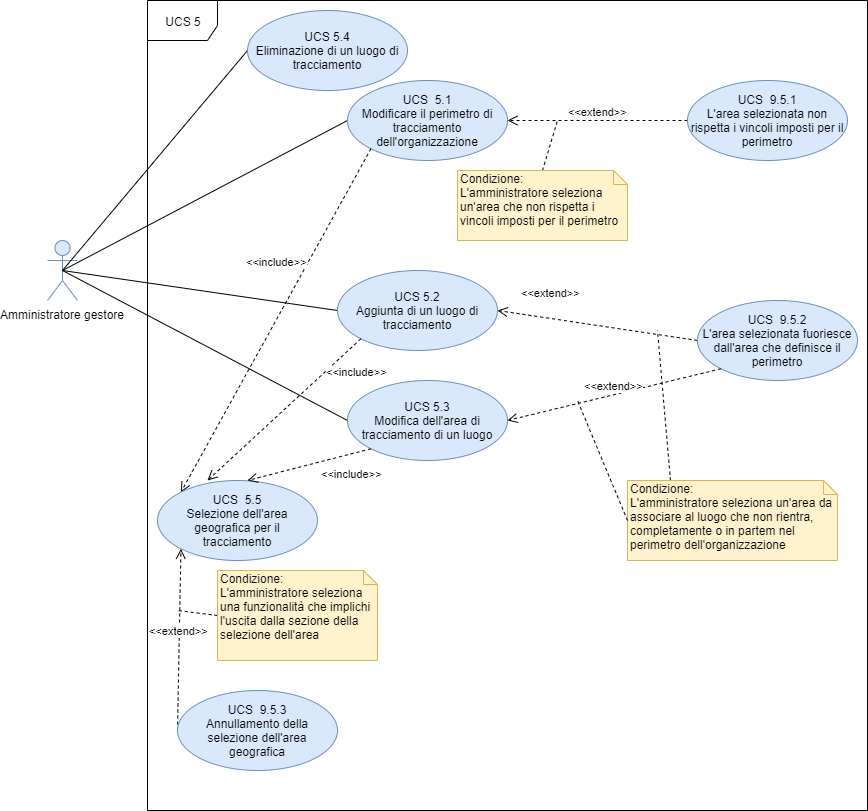
Before: DocumentazioneEsterna/AnalisiRequisiti/sezioni/UseCase/Immagini/UCS5.png, a diagram exported from draw.io (qb-team/Stalker-Documentazione). Source tidied: cells renumbered, new cells last; positions are measured from the earlier drawing's top-left corner, leaving out a move shared by most shapes.
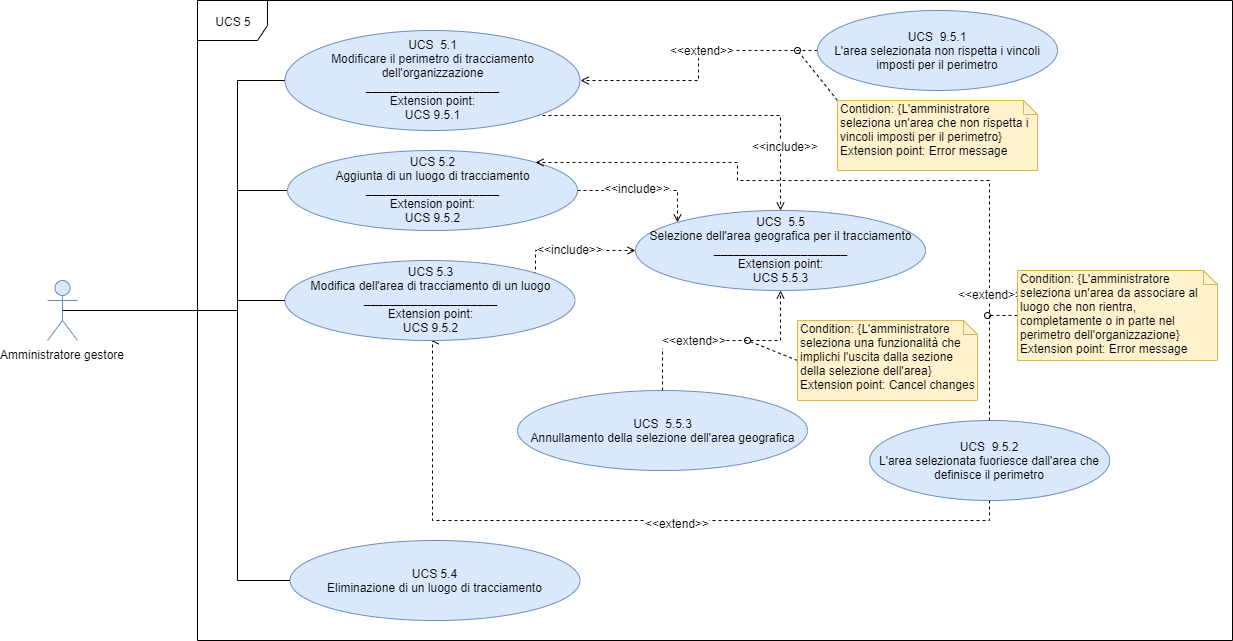
Above is the later version.

What changed in the source:
```diff
@@ -2,106 +2,150 @@
   <root>
     <mxCell id="0" />
     <mxCell id="1" parent="0" />
+    <mxCell id="4" style="edgeStyle=orthogonalEdgeStyle;rounded=0;jettySize=auto;html=1;exitX=0.5;exitY=0.5;exitDx=0;exitDy=0;exitPerimeter=0;entryX=0;entryY=0.5;entryDx=0;entryDy=0;endArrow=none;endFill=0;" parent="1" edge="1" source="2" target="5">
+      <mxGeometry relative="1" as="geometry">
+        <Array as="points">
+          <mxPoint x="-1360" y="430" />
+          <mxPoint x="-1360" y="200" />
+        </Array>
+      </mxGeometry>
+    </mxCell>
     <mxCell id="2" value="Amministratore gestore" style="shape=umlActor;verticalLabelPosition=bottom;labelBackgroundColor=#ffffff;verticalAlign=top;html=1;outlineConnect=0;fillColor=#dae8fc;strokeColor=#6c8ebf;" parent="1" vertex="1">
-      <mxGeometry y="240" width="30" height="60" as="geometry" />
+      <mxGeometry x="-1550" y="400" width="30" height="60" as="geometry" />
     </mxCell>
     <mxCell id="3" value="UCS 5" style="shape=umlFrame;whiteSpace=wrap;html=1;width=70;height=40;" parent="1" vertex="1">
-      <mxGeometry x="100" width="720" height="810" as="geometry" />
+      <mxGeometry x="-1400" y="120" width="1035" height="640" as="geometry" />
     </mxCell>
-    <mxCell id="4" style="endArrow=none;html=1;exitX=0.5;exitY=0.5;exitDx=0;exitDy=0;exitPerimeter=0;entryX=0;entryY=0.5;entryDx=0;entryDy=0;" parent="1" edge="1" source="2" target="5">
-      <mxGeometry relative="1" as="geometry" />
-    </mxCell>
+    <mxCell id="19" style="edgeStyle=orthogonalEdgeStyle;rounded=0;jettySize=auto;html=1;exitX=1;exitY=1;exitDx=0;exitDy=0;endArrow=open;endFill=0;dashed=1;" parent="1" edge="1" source="5" target="20">
+      <mxGeometry relative="1" as="geometry" />
+    </mxCell>
+    <mxCell id="31" value="&amp;lt;&amp;lt;include&amp;gt;&amp;gt;" style="text;html=1;align=center;verticalAlign=middle;labelBackgroundColor=#ffffff;" parent="19" vertex="1">
+      <mxGeometry x="-0.04" y="-83" relative="1" as="geometry">
+        <mxPoint x="84.2" y="-53" as="offset" />
+      </mxGeometry>
+    </mxCell>
-    <mxCell id="5" value="UCS&amp;nbsp; 5.1&lt;br&gt;Modificare il perimetro di tracciamento dell'organizzazione" style="ellipse;whiteSpace=wrap;html=1;fillColor=#dae8fc;strokeColor=#6c8ebf;" parent="1" vertex="1">
-      <mxGeometry x="300" y="80" width="160" height="80" as="geometry" />
+    <mxCell id="5" value="UCS&amp;nbsp; 5.1&lt;br&gt;Modificare il perimetro di tracciamento dell'organizzazione&lt;br&gt;____________________&lt;br&gt;Extension point:&lt;br&gt;UCS 9.5.1" style="ellipse;whiteSpace=wrap;html=1;fillColor=#dae8fc;strokeColor=#6c8ebf;" parent="1" vertex="1">
+      <mxGeometry x="-1312.5" y="150" width="295" height="100" as="geometry" />
     </mxCell>
-    <mxCell id="6" value="&amp;lt;&amp;lt;extend&amp;gt;&amp;gt;" style="html=1;verticalAlign=bottom;endArrow=open;dashed=1;endSize=8;entryX=1;entryY=0.5;entryDx=0;entryDy=0;exitX=0;exitY=0.5;exitDx=0;exitDy=0;" parent="1" edge="1" source="7" target="5">
+    <mxCell id="6" style="edgeStyle=orthogonalEdgeStyle;rounded=0;jettySize=auto;html=1;exitX=0;exitY=0.5;exitDx=0;exitDy=0;entryX=1;entryY=0.5;entryDx=0;entryDy=0;dashed=1;endArrow=open;endFill=0;" parent="1" edge="1" source="7" target="5">
       <mxGeometry relative="1" as="geometry" />
     </mxCell>
+    <mxCell id="32" value="&amp;lt;&amp;lt;extend&amp;gt;&amp;gt;" style="text;html=1;align=center;verticalAlign=middle;labelBackgroundColor=#ffffff;" parent="6" vertex="1">
+      <mxGeometry x="-0.13" y="-1" relative="1" as="geometry" />
+    </mxCell>
     <mxCell id="7" value="UCS&amp;nbsp; 9.5.1&lt;br&gt;L'area selezionata non rispetta i vincoli imposti per il perimetro" style="ellipse;whiteSpace=wrap;html=1;fillColor=#dae8fc;strokeColor=#6c8ebf;" parent="1" vertex="1">
-      <mxGeometry x="640" y="80" width="160" height="80" as="geometry" />
+      <mxGeometry x="-780" y="130" width="240" height="80" as="geometry" />
     </mxCell>
-    <mxCell id="8" style="endArrow=none;dashed=1;html=1;exitX=0.5;exitY=0;exitDx=0;exitDy=0;exitPerimeter=0;" parent="1" edge="1" source="9">
-      <mxGeometry relative="1" as="geometry">
-        <mxPoint x="510" y="120" as="targetPoint" />
-      </mxGeometry>
-    </mxCell>
+    <mxCell id="33" style="rounded=0;jettySize=auto;html=1;exitX=0;exitY=0;exitDx=0;exitDy=0;exitPerimeter=0;dashed=1;endArrow=oval;endFill=0;" parent="1" edge="1" source="9">
+      <mxGeometry relative="1" as="geometry">
+        <mxPoint x="-800" y="170" as="targetPoint" />
+      </mxGeometry>
+    </mxCell>
-    <mxCell id="9" value="Condizione:&lt;br&gt;L'amministratore seleziona un'area che non rispetta i vincoli imposti per il perimetro" style="shape=note;whiteSpace=wrap;html=1;size=14;verticalAlign=top;align=left;spacingTop=-6;fillColor=#fff2cc;strokeColor=#d6b656;" parent="1" vertex="1">
-      <mxGeometry x="410" y="170" width="170" height="70" as="geometry" />
+    <mxCell id="9" value="Contidion: {L'amministratore seleziona un'area che non rispetta i vincoli imposti per il perimetro}&lt;br&gt;Extension point: Error message" style="shape=note;whiteSpace=wrap;html=1;size=14;verticalAlign=top;align=left;spacingTop=-6;fillColor=#fff2cc;strokeColor=#d6b656;" parent="1" vertex="1">
+      <mxGeometry x="-760" y="220" width="200" height="70" as="geometry" />
     </mxCell>
-    <mxCell id="10" style="endArrow=none;html=1;exitX=0.5;exitY=0.5;exitDx=0;exitDy=0;exitPerimeter=0;entryX=0;entryY=0.5;entryDx=0;entryDy=0;" parent="1" edge="1" source="2" target="11">
-      <mxGeometry relative="1" as="geometry" />
-    </mxCell>
+    <mxCell id="34" style="edgeStyle=orthogonalEdgeStyle;rounded=0;jettySize=auto;html=1;exitX=1;exitY=0.5;exitDx=0;exitDy=0;entryX=0;entryY=0;entryDx=0;entryDy=0;dashed=1;endArrow=open;endFill=0;" parent="1" edge="1" source="11" target="20">
+      <mxGeometry relative="1" as="geometry">
+        <Array as="points">
+          <mxPoint x="-920" y="310" />
+        </Array>
+      </mxGeometry>
+    </mxCell>
+    <mxCell id="35" value="&amp;lt;&amp;lt;include&amp;gt;&amp;gt;" style="text;html=1;align=center;verticalAlign=middle;labelBackgroundColor=#ffffff;" parent="34" vertex="1">
+      <mxGeometry x="-0.11" y="3" relative="1" as="geometry" />
+    </mxCell>
+    <mxCell id="36" style="edgeStyle=orthogonalEdgeStyle;rounded=0;jettySize=auto;html=1;exitX=0;exitY=0.5;exitDx=0;exitDy=0;endArrow=none;endFill=0;" parent="1" edge="1" source="11">
+      <mxGeometry relative="1" as="geometry">
+        <mxPoint x="-1360" y="310" as="targetPoint" />
+      </mxGeometry>
+    </mxCell>
-    <mxCell id="11" value="UCS 5.2&lt;br&gt;Aggiunta di un luogo di tracciamento" style="ellipse;whiteSpace=wrap;html=1;fillColor=#dae8fc;strokeColor=#6c8ebf;" parent="1" vertex="1">
-      <mxGeometry x="290" y="270" width="160" height="80" as="geometry" />
+    <mxCell id="11" value="UCS 5.2&lt;br&gt;Aggiunta di un luogo di tracciamento&lt;br&gt;____________________&lt;br&gt;Extension point:&lt;br&gt;UCS 9.5.2" style="ellipse;whiteSpace=wrap;html=1;fillColor=#dae8fc;strokeColor=#6c8ebf;" parent="1" vertex="1">
+      <mxGeometry x="-1310" y="270" width="290" height="80" as="geometry" />
     </mxCell>
-    <mxCell id="12" value="&amp;lt;&amp;lt;extend&amp;gt;&amp;gt;" style="html=1;verticalAlign=bottom;endArrow=open;dashed=1;endSize=8;entryX=1;entryY=0.5;entryDx=0;entryDy=0;exitX=0;exitY=0.5;exitDx=0;exitDy=0;" parent="1" edge="1" source="13" target="11">
-      <mxGeometry x="0.5" y="-17" relative="1" as="geometry" />
+    <mxCell id="12" style="edgeStyle=orthogonalEdgeStyle;rounded=0;jettySize=auto;html=1;exitX=0.5;exitY=0;exitDx=0;exitDy=0;entryX=1;entryY=0;entryDx=0;entryDy=0;dashed=1;endArrow=open;endFill=0;" parent="1" edge="1" source="13" target="11">
+      <mxGeometry relative="1" as="geometry">
+        <Array as="points">
+          <mxPoint x="-608" y="300" />
+          <mxPoint x="-860" y="300" />
+          <mxPoint x="-860" y="282" />
+        </Array>
+      </mxGeometry>
     </mxCell>
+    <mxCell id="37" value="&amp;lt;&amp;lt;extend&amp;gt;&amp;gt;" style="text;html=1;align=center;verticalAlign=middle;labelBackgroundColor=#ffffff;" parent="12" vertex="1">
+      <mxGeometry x="-0.64" relative="1" as="geometry" />
+    </mxCell>
+    <mxCell id="18" style="edgeStyle=orthogonalEdgeStyle;rounded=0;jettySize=auto;html=1;exitX=0.5;exitY=1;exitDx=0;exitDy=0;entryX=0.5;entryY=1;entryDx=0;entryDy=0;dashed=1;endArrow=open;endFill=0;" parent="1" edge="1" source="13" target="17">
+      <mxGeometry relative="1" as="geometry">
+        <Array as="points">
+          <mxPoint x="-608" y="640" />
+          <mxPoint x="-1165" y="640" />
+        </Array>
+      </mxGeometry>
+    </mxCell>
+    <mxCell id="38" value="&amp;lt;&amp;lt;extend&amp;gt;&amp;gt;" style="text;html=1;align=center;verticalAlign=middle;labelBackgroundColor=#ffffff;" parent="18" vertex="1">
+      <mxGeometry x="-0.12" y="2" relative="1" as="geometry" />
+    </mxCell>
     <mxCell id="13" value="UCS&amp;nbsp; 9.5.2&lt;br&gt;L'area selezionata fuoriesce dall'area che definisce il perimetro" style="ellipse;whiteSpace=wrap;html=1;fillColor=#dae8fc;strokeColor=#6c8ebf;" parent="1" vertex="1">
-      <mxGeometry x="650" y="300" width="160" height="80" as="geometry" />
+      <mxGeometry x="-727.8" y="540" width="240" height="80" as="geometry" />
     </mxCell>
-    <mxCell id="14" style="endArrow=none;dashed=1;html=1;exitX=0;exitY=0;exitDx=43;exitDy=0;exitPerimeter=0;" parent="1" edge="1" source="15">
-      <mxGeometry relative="1" as="geometry">
-        <mxPoint x="610" y="330" as="targetPoint" />
-      </mxGeometry>
-    </mxCell>
+    <mxCell id="39" style="edgeStyle=orthogonalEdgeStyle;rounded=0;jettySize=auto;html=1;exitX=0;exitY=0.5;exitDx=0;exitDy=0;exitPerimeter=0;dashed=1;endArrow=oval;endFill=0;" parent="1" edge="1" source="15">
+      <mxGeometry relative="1" as="geometry">
+        <mxPoint x="-610" y="435" as="targetPoint" />
+      </mxGeometry>
+    </mxCell>
-    <mxCell id="15" value="Condizione:&lt;br&gt;L'amministratore seleziona un'area da associare al luogo che non rientra, completamente o in partem nel perimetro dell'organizzazione" style="shape=note;whiteSpace=wrap;html=1;size=14;verticalAlign=top;align=left;spacingTop=-6;fillColor=#fff2cc;strokeColor=#d6b656;" parent="1" vertex="1">
-      <mxGeometry x="580" y="480" width="210" height="80" as="geometry" />
+    <mxCell id="15" value="Condition: {L'amministratore seleziona un'area da associare al luogo che non rientra, completamente o in parte nel perimetro dell'organizzazione}&lt;br&gt;Extension point: Error message" style="shape=note;whiteSpace=wrap;html=1;size=14;verticalAlign=top;align=left;spacingTop=-6;fillColor=#fff2cc;strokeColor=#d6b656;" parent="1" vertex="1">
+      <mxGeometry x="-580" y="390" width="200" height="90" as="geometry" />
     </mxCell>
-    <mxCell id="16" style="endArrow=none;html=1;exitX=0.5;exitY=0.5;exitDx=0;exitDy=0;exitPerimeter=0;entryX=0;entryY=0.5;entryDx=0;entryDy=0;" parent="1" edge="1" source="2" target="17">
-      <mxGeometry relative="1" as="geometry" />
-    </mxCell>
+    <mxCell id="40" style="edgeStyle=orthogonalEdgeStyle;rounded=0;jettySize=auto;html=1;exitX=1;exitY=0;exitDx=0;exitDy=0;entryX=0;entryY=0.5;entryDx=0;entryDy=0;dashed=1;endArrow=open;endFill=0;" parent="1" edge="1" source="17" target="20">
+      <mxGeometry relative="1" as="geometry">
+        <Array as="points">
+          <mxPoint x="-1062" y="370" />
+        </Array>
+      </mxGeometry>
+    </mxCell>
+    <mxCell id="41" value="&amp;lt;&amp;lt;include&amp;gt;&amp;gt;" style="text;html=1;align=center;verticalAlign=middle;labelBackgroundColor=#ffffff;" parent="40" vertex="1">
+      <mxGeometry x="-0.06" y="2" relative="1" as="geometry" />
+    </mxCell>
+    <mxCell id="42" style="edgeStyle=orthogonalEdgeStyle;rounded=0;jettySize=auto;html=1;exitX=0;exitY=0.5;exitDx=0;exitDy=0;entryX=0.5;entryY=0.5;entryDx=0;entryDy=0;entryPerimeter=0;endArrow=none;endFill=0;" parent="1" edge="1" source="17" target="2">
+      <mxGeometry relative="1" as="geometry">
+        <Array as="points">
+          <mxPoint x="-1360" y="420" />
+          <mxPoint x="-1360" y="430" />
+        </Array>
+      </mxGeometry>
+    </mxCell>
-    <mxCell id="17" value="UCS 5.3&lt;br&gt;Modifica dell'area di tracciamento di un luogo" style="ellipse;whiteSpace=wrap;html=1;fillColor=#dae8fc;strokeColor=#6c8ebf;" parent="1" vertex="1">
-      <mxGeometry x="300" y="380" width="160" height="80" as="geometry" />
+    <mxCell id="17" value="UCS 5.3&lt;br&gt;Modifica dell'area di tracciamento di un luogo&lt;br&gt;____________________&lt;br&gt;Extension point:&lt;br&gt;UCS 9.5.2" style="ellipse;whiteSpace=wrap;html=1;fillColor=#dae8fc;strokeColor=#6c8ebf;" parent="1" vertex="1">
+      <mxGeometry x="-1312.5" y="380" width="290" height="80" as="geometry" />
     </mxCell>
-    <mxCell id="18" value="&amp;lt;&amp;lt;extend&amp;gt;&amp;gt;" style="html=1;verticalAlign=bottom;endArrow=open;dashed=1;endSize=8;entryX=1;entryY=0.5;entryDx=0;entryDy=0;exitX=0;exitY=1;exitDx=0;exitDy=0;" parent="1" edge="1" source="13" target="17">
-      <mxGeometry relative="1" as="geometry" />
-    </mxCell>
-    <mxCell id="19" value="&amp;lt;&amp;lt;include&amp;gt;&amp;gt;" style="html=1;verticalAlign=bottom;endArrow=open;dashed=1;endSize=8;exitX=0;exitY=1;exitDx=0;exitDy=0;entryX=0;entryY=0;entryDx=0;entryDy=0;" parent="1" edge="1" source="5" target="20">
-      <mxGeometry x="-0.23" y="-23" relative="1" as="geometry" />
-    </mxCell>
-    <mxCell id="20" value="UCS&amp;nbsp; 5.5&lt;br&gt;Selezione dell'area geografica per il tracciamento" style="ellipse;whiteSpace=wrap;html=1;fillColor=#dae8fc;strokeColor=#6c8ebf;" parent="1" vertex="1">
-      <mxGeometry x="110" y="480" width="160" height="80" as="geometry" />
+    <mxCell id="20" value="UCS&amp;nbsp; 5.5&lt;br&gt;Selezione dell'area geografica per il tracciamento&lt;br&gt;____________________&lt;br&gt;Extension point:&lt;br&gt;UCS 5.5.3" style="ellipse;whiteSpace=wrap;html=1;fillColor=#dae8fc;strokeColor=#6c8ebf;" parent="1" vertex="1">
+      <mxGeometry x="-962" y="330" width="290" height="80" as="geometry" />
     </mxCell>
-    <mxCell id="21" value="&amp;lt;&amp;lt;include&amp;gt;&amp;gt;" style="html=1;verticalAlign=bottom;endArrow=open;dashed=1;endSize=8;exitX=0;exitY=1;exitDx=0;exitDy=0;" parent="1" edge="1" source="11">
-      <mxGeometry x="-0.7" y="28" relative="1" as="geometry">
-        <mxPoint x="160" y="480" as="targetPoint" />
-      </mxGeometry>
-    </mxCell>
-    <mxCell id="22" value="&amp;lt;&amp;lt;include&amp;gt;&amp;gt;" style="html=1;verticalAlign=bottom;endArrow=open;dashed=1;endSize=8;exitX=0;exitY=1;exitDx=0;exitDy=0;" parent="1" edge="1" source="17">
-      <mxGeometry x="-0.57" y="28" relative="1" as="geometry">
-        <mxPoint x="200" y="480" as="targetPoint" />
-      </mxGeometry>
-    </mxCell>
-    <mxCell id="23" value="&amp;lt;&amp;lt;extend&amp;gt;&amp;gt;" style="html=1;verticalAlign=bottom;endArrow=open;dashed=1;endSize=8;entryX=0;entryY=1;entryDx=0;entryDy=0;exitX=0;exitY=0.5;exitDx=0;exitDy=0;" parent="1" edge="1" source="24" target="20">
+    <mxCell id="23" style="edgeStyle=orthogonalEdgeStyle;rounded=0;jettySize=auto;html=1;exitX=0.5;exitY=0;exitDx=0;exitDy=0;entryX=0.5;entryY=1;entryDx=0;entryDy=0;dashed=1;endArrow=open;endFill=0;" parent="1" edge="1" source="24" target="20">
       <mxGeometry relative="1" as="geometry" />
     </mxCell>
+    <mxCell id="43" value="&amp;lt;&amp;lt;extend&amp;gt;&amp;gt;" style="text;html=1;align=center;verticalAlign=middle;labelBackgroundColor=#ffffff;" parent="23" vertex="1">
+      <mxGeometry x="-0.54" y="-31" relative="1" as="geometry">
+        <mxPoint x="31" y="-32" as="offset" />
+      </mxGeometry>
+    </mxCell>
-    <mxCell id="24" value="UCS&amp;nbsp; 9.5.3&lt;br&gt;Annullamento della selezione dell'area geografica" style="ellipse;whiteSpace=wrap;html=1;fillColor=#dae8fc;strokeColor=#6c8ebf;" parent="1" vertex="1">
-      <mxGeometry x="130" y="690" width="160" height="80" as="geometry" />
+    <mxCell id="24" value="UCS&amp;nbsp; 5.5.3&lt;br&gt;Annullamento della selezione dell'area geografica" style="ellipse;whiteSpace=wrap;html=1;fillColor=#dae8fc;strokeColor=#6c8ebf;" parent="1" vertex="1">
+      <mxGeometry x="-1080" y="510" width="290" height="80" as="geometry" />
     </mxCell>
-    <mxCell id="25" style="endArrow=none;dashed=1;html=1;exitX=0;exitY=0.5;exitDx=0;exitDy=0;exitPerimeter=0;" parent="1" edge="1" source="26">
-      <mxGeometry relative="1" as="geometry">
-        <mxPoint x="130" y="610" as="targetPoint" />
-      </mxGeometry>
-    </mxCell>
+    <mxCell id="44" style="rounded=0;jettySize=auto;html=1;exitX=0;exitY=0.5;exitDx=0;exitDy=0;exitPerimeter=0;dashed=1;endArrow=oval;endFill=0;" parent="1" edge="1" source="26">
+      <mxGeometry relative="1" as="geometry">
+        <mxPoint x="-850" y="460" as="targetPoint" />
+      </mxGeometry>
+    </mxCell>
-    <mxCell id="26" value="Condizione:&lt;br&gt;L'amministratore seleziona una funzionalità che implichi l'uscita dalla sezione della selezione dell'area" style="shape=note;whiteSpace=wrap;html=1;size=14;verticalAlign=top;align=left;spacingTop=-6;fillColor=#fff2cc;strokeColor=#d6b656;" parent="1" vertex="1">
-      <mxGeometry x="170" y="570" width="160" height="90" as="geometry" />
+    <mxCell id="26" value="Condition: {L'amministratore seleziona una funzionalità che implichi l'uscita dalla sezione della selezione dell'area}&lt;br&gt;Extension point: Cancel changes" style="shape=note;whiteSpace=wrap;html=1;size=14;verticalAlign=top;align=left;spacingTop=-6;fillColor=#fff2cc;strokeColor=#d6b656;" parent="1" vertex="1">
+      <mxGeometry x="-800" y="440" width="180" height="80" as="geometry" />
     </mxCell>
-    <mxCell id="27" style="endArrow=none;dashed=1;html=1;exitX=0;exitY=0.5;exitDx=0;exitDy=0;exitPerimeter=0;" parent="1" edge="1" source="15">
-      <mxGeometry relative="1" as="geometry">
-        <mxPoint x="530" y="400" as="targetPoint" />
-      </mxGeometry>
-    </mxCell>
-    <mxCell id="28" style="endArrow=none;html=1;exitX=0.5;exitY=0.5;exitDx=0;exitDy=0;exitPerimeter=0;entryX=0;entryY=0.5;entryDx=0;entryDy=0;" parent="1" edge="1" source="2" target="29">
-      <mxGeometry relative="1" as="geometry" />
-    </mxCell>
+    <mxCell id="45" style="edgeStyle=orthogonalEdgeStyle;rounded=0;jettySize=auto;html=1;exitX=0;exitY=0.5;exitDx=0;exitDy=0;endArrow=none;endFill=0;" parent="1" edge="1" source="29">
+      <mxGeometry relative="1" as="geometry">
+        <mxPoint x="-1360" y="420" as="targetPoint" />
+      </mxGeometry>
+    </mxCell>
     <mxCell id="29" value="UCS 5.4&lt;br&gt;Eliminazione di un luogo di tracciamento" style="ellipse;whiteSpace=wrap;html=1;fillColor=#dae8fc;strokeColor=#6c8ebf;" parent="1" vertex="1">
-      <mxGeometry x="200" y="10" width="160" height="80" as="geometry" />
+      <mxGeometry x="-1307.5" y="660" width="290" height="80" as="geometry" />
     </mxCell>
-    <mxCell id="30" value="&amp;lt;&amp;lt;extend&amp;gt;&amp;gt;" style="html=1;verticalAlign=bottom;endArrow=open;dashed=1;endSize=8;entryX=0.5;entryY=1;entryDx=0;entryDy=0;exitX=0.5;exitY=0;exitDx=0;exitDy=0;" parent="1" edge="1" source="x">
-      <mxGeometry x="-0.44" y="29" relative="1" as="geometry">
-        <mxPoint x="475" y="660" as="targetPoint" />
-      </mxGeometry>
-    </mxCell>
   </root>
 </mxGraphModel>
```
